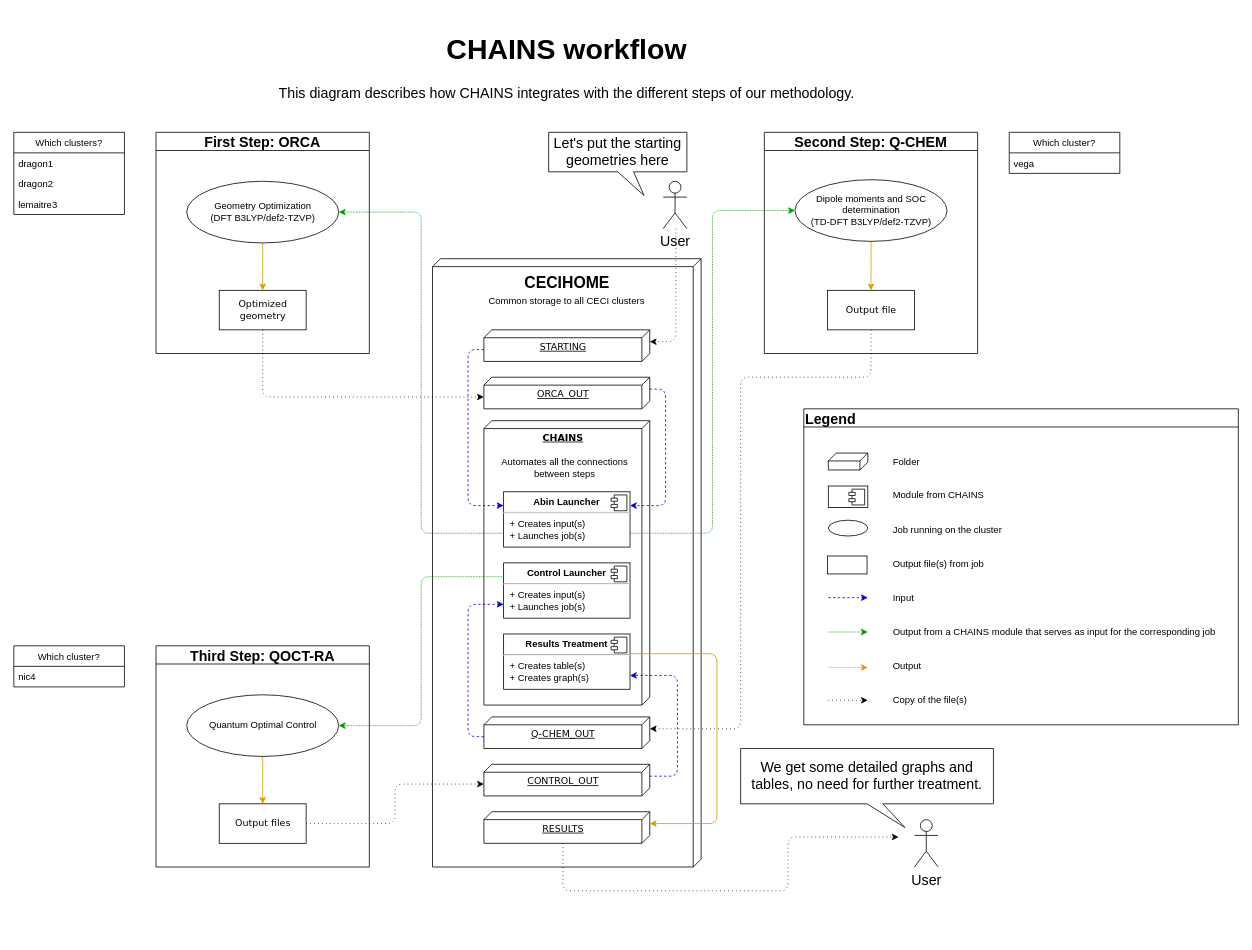
This is Documentation/chains_workflow.drawio from hexosphere/qc-pipeline, a draw.io file, before an edit. Source tidied: cells renumbered, new cells numbered last; positions are measured from the earlier drawing's top-left corner, leaving out a move shared by most shapes. Both pictures are drawn from the tidied source at 79%, with x=0, y=0 at pixel (13, 21).
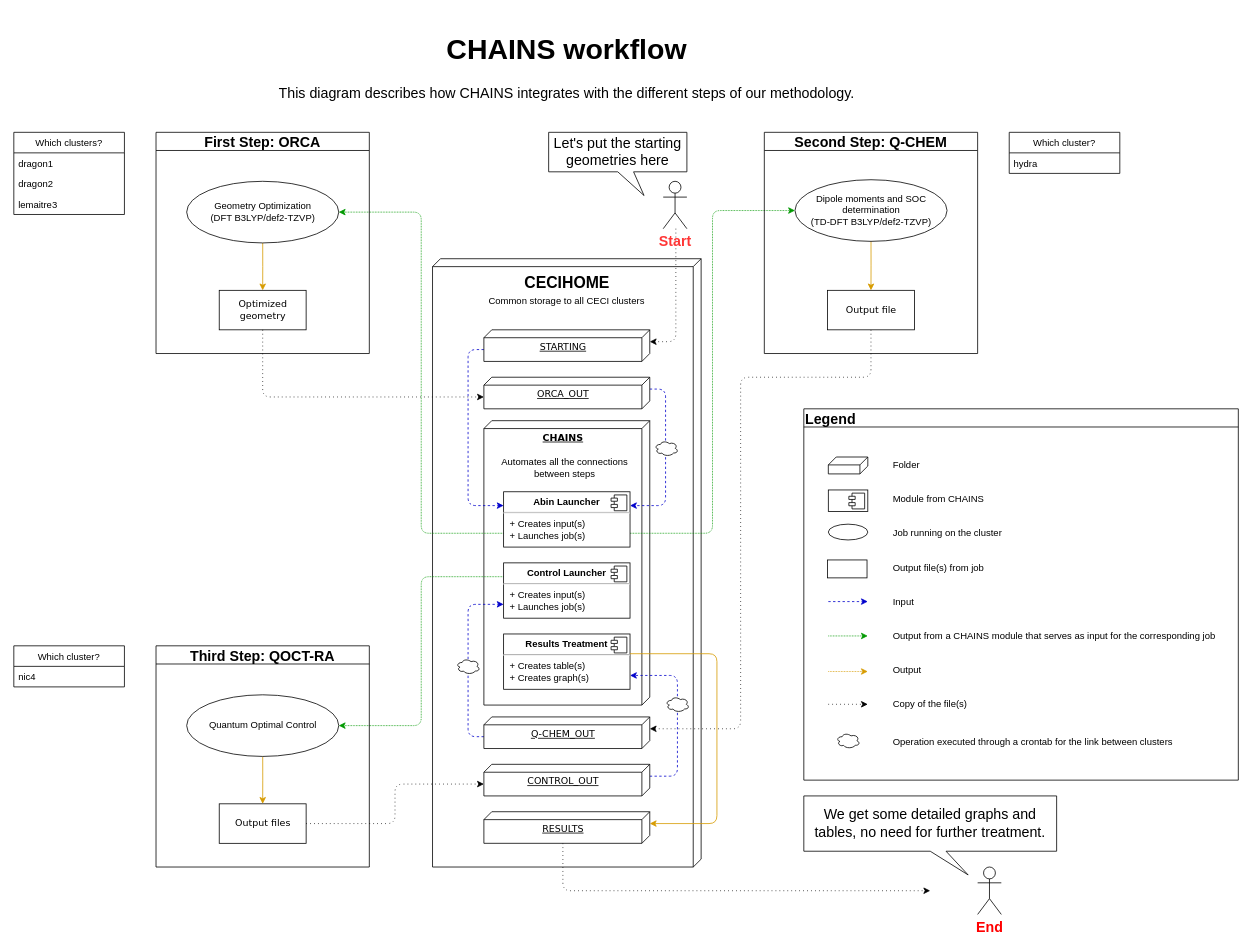
After the change.

Unchanged cells that the change refers to:
```xml
<mxCell id="14" value="RESULTS" style="verticalAlign=top;align=center;spacingTop=8;spacingLeft=2;spacingRight=12;shape=cube;size=10;direction=south;fontStyle=4;html=1;rounded=0;shadow=0;comic=0;labelBackgroundColor=none;strokeWidth=1;fontFamily=Verdana;fontSize=12;" parent="1" vertex="1">
  <mxGeometry x="595" y="1000" width="210" height="40" as="geometry" />
</mxCell>
<mxCell id="63" value="Which cluster?" style="swimlane;fontStyle=0;horizontal=1;startSize=26;fillColor=none;" parent="1" vertex="1">
  <mxGeometry x="1260" y="140" width="140" height="52" as="geometry" />
</mxCell>
```

Change to the diagram source:
```diff
@@
     <mxCell id="13" style="edgeStyle=orthogonalEdgeStyle;rounded=1;jettySize=auto;html=1;exitX=0;exitY=0;exitDx=40;exitDy=110;exitPerimeter=0;dashed=1;dashPattern=1 4;strokeColor=#000000;fontSize=18;" parent="1" edge="1" source="14">
       <mxGeometry relative="1" as="geometry">
-        <mxPoint x="1120" y="1032" as="targetPoint" />
+        <mxPoint x="1160" y="1100" as="targetPoint" />
         <Array as="points">
           <mxPoint x="695" y="1100" />
-          <mxPoint x="980" y="1100" />
-          <mxPoint x="980" y="1032" />
         </Array>
       </mxGeometry>
     </mxCell>
@@
-    <mxCell id="44" value="&lt;div style=&quot;font-size: 12px&quot;&gt;&lt;font style=&quot;font-size: 12px&quot;&gt;Folder&lt;/font&gt;&lt;/div&gt;&lt;div style=&quot;font-size: 12px&quot;&gt;&lt;br&gt;&lt;/div&gt;&lt;div style=&quot;font-size: 12px&quot;&gt;&lt;font style=&quot;font-size: 12px&quot;&gt;&lt;br&gt;&lt;/font&gt;&lt;/div&gt;&lt;div style=&quot;font-size: 12px&quot;&gt;&lt;font style=&quot;font-size: 12px&quot;&gt;Module from CHAINS&lt;br&gt;&lt;/font&gt;&lt;/div&gt;&lt;div style=&quot;font-size: 12px&quot;&gt;&lt;font style=&quot;font-size: 12px&quot;&gt;&lt;br&gt;&lt;/font&gt;&lt;/div&gt;&lt;div style=&quot;font-size: 12px&quot;&gt;&lt;font style=&quot;font-size: 12px&quot;&gt;&lt;br&gt;&lt;/font&gt;&lt;/div&gt;&lt;div style=&quot;font-size: 12px&quot;&gt;&lt;font style=&quot;font-size: 12px&quot;&gt;Job running on the cluster&lt;/font&gt;&lt;/div&gt;&lt;div style=&quot;font-size: 12px&quot;&gt;&lt;font style=&quot;font-size: 12px&quot;&gt;&lt;br&gt;&lt;/font&gt;&lt;/div&gt;&lt;div style=&quot;font-size: 12px&quot;&gt;&lt;font style=&quot;font-size: 12px&quot;&gt;&lt;br&gt;&lt;/font&gt;&lt;/div&gt;&lt;div style=&quot;font-size: 12px&quot;&gt;&lt;font style=&quot;font-size: 12px&quot;&gt;Output file(s) from job&lt;/font&gt;&lt;/div&gt;&lt;div style=&quot;font-size: 12px&quot;&gt;&lt;font style=&quot;font-size: 12px&quot;&gt;&lt;br&gt;&lt;/font&gt;&lt;/div&gt;&lt;div style=&quot;font-size: 12px&quot;&gt;&lt;font style=&quot;font-size: 12px&quot;&gt;&lt;br&gt;&lt;/font&gt;&lt;/div&gt;&lt;div style=&quot;font-size: 12px&quot;&gt;&lt;font style=&quot;font-size: 12px&quot;&gt;Input&lt;/font&gt;&lt;/div&gt;&lt;div style=&quot;font-size: 12px&quot;&gt;&lt;font style=&quot;font-size: 12px&quot;&gt;&lt;br&gt;&lt;/font&gt;&lt;/div&gt;&lt;div style=&quot;font-size: 12px&quot;&gt;&lt;font style=&quot;font-size: 12px&quot;&gt;&lt;br&gt;&lt;/font&gt;&lt;/div&gt;&lt;div style=&quot;font-size: 12px&quot;&gt;&lt;font style=&quot;font-size: 12px&quot;&gt;Output from a CHAINS module that serves as input for the corresponding job&lt;/font&gt;&lt;/div&gt;&lt;div style=&quot;font-size: 12px&quot;&gt;&lt;font style=&quot;font-size: 12px&quot;&gt;&lt;br&gt;&lt;/font&gt;&lt;/div&gt;&lt;div style=&quot;font-size: 12px&quot;&gt;&lt;font style=&quot;font-size: 12px&quot;&gt;&lt;br&gt;&lt;/font&gt;&lt;/div&gt;&lt;div style=&quot;font-size: 12px&quot;&gt;&lt;font style=&quot;font-size: 12px&quot;&gt;Output&lt;br&gt;&lt;/font&gt;&lt;/div&gt;&lt;div style=&quot;font-size: 12px&quot;&gt;&lt;font style=&quot;font-size: 12px&quot;&gt;&lt;br&gt;&lt;/font&gt;&lt;/div&gt;&lt;div style=&quot;font-size: 12px&quot;&gt;&lt;font style=&quot;font-size: 12px&quot;&gt;&lt;br&gt;&lt;/font&gt;&lt;/div&gt;&lt;div style=&quot;font-size: 12px&quot;&gt;&lt;font style=&quot;font-size: 12px&quot;&gt;&lt;font style=&quot;font-size: 12px&quot;&gt;Copy of the file(s)&lt;/font&gt;&lt;/font&gt;&lt;/div&gt;" style="text;html=1;strokeColor=none;fillColor=none;align=left;verticalAlign=middle;whiteSpace=wrap;rounded=0;fontSize=18;" parent="1" vertex="1">
-      <mxGeometry x="1111" y="525" width="430" height="365" as="geometry" />
+    <mxCell id="44" value="&lt;div style=&quot;font-size: 12px&quot;&gt;&lt;font style=&quot;font-size: 12px&quot;&gt;Folder&lt;/font&gt;&lt;/div&gt;&lt;div style=&quot;font-size: 12px&quot;&gt;&lt;br&gt;&lt;/div&gt;&lt;div style=&quot;font-size: 12px&quot;&gt;&lt;font style=&quot;font-size: 12px&quot;&gt;&lt;br&gt;&lt;/font&gt;&lt;/div&gt;&lt;div style=&quot;font-size: 12px&quot;&gt;&lt;font style=&quot;font-size: 12px&quot;&gt;Module from CHAINS&lt;br&gt;&lt;/font&gt;&lt;/div&gt;&lt;div style=&quot;font-size: 12px&quot;&gt;&lt;font style=&quot;font-size: 12px&quot;&gt;&lt;br&gt;&lt;/font&gt;&lt;/div&gt;&lt;div style=&quot;font-size: 12px&quot;&gt;&lt;font style=&quot;font-size: 12px&quot;&gt;&lt;br&gt;&lt;/font&gt;&lt;/div&gt;&lt;div style=&quot;font-size: 12px&quot;&gt;&lt;font style=&quot;font-size: 12px&quot;&gt;Job running on the cluster&lt;/font&gt;&lt;/div&gt;&lt;div style=&quot;font-size: 12px&quot;&gt;&lt;font style=&quot;font-size: 12px&quot;&gt;&lt;br&gt;&lt;/font&gt;&lt;/div&gt;&lt;div style=&quot;font-size: 12px&quot;&gt;&lt;font style=&quot;font-size: 12px&quot;&gt;&lt;br&gt;&lt;/font&gt;&lt;/div&gt;&lt;div style=&quot;font-size: 12px&quot;&gt;&lt;font style=&quot;font-size: 12px&quot;&gt;Output file(s) from job&lt;/font&gt;&lt;/div&gt;&lt;div style=&quot;font-size: 12px&quot;&gt;&lt;font style=&quot;font-size: 12px&quot;&gt;&lt;br&gt;&lt;/font&gt;&lt;/div&gt;&lt;div style=&quot;font-size: 12px&quot;&gt;&lt;font style=&quot;font-size: 12px&quot;&gt;&lt;br&gt;&lt;/font&gt;&lt;/div&gt;&lt;div style=&quot;font-size: 12px&quot;&gt;&lt;font style=&quot;font-size: 12px&quot;&gt;Input&lt;/font&gt;&lt;/div&gt;&lt;div style=&quot;font-size: 12px&quot;&gt;&lt;font style=&quot;font-size: 12px&quot;&gt;&lt;br&gt;&lt;/font&gt;&lt;/div&gt;&lt;div style=&quot;font-size: 12px&quot;&gt;&lt;font style=&quot;font-size: 12px&quot;&gt;&lt;br&gt;&lt;/font&gt;&lt;/div&gt;&lt;div style=&quot;font-size: 12px&quot;&gt;&lt;font style=&quot;font-size: 12px&quot;&gt;Output from a CHAINS module that serves as input for the corresponding job&lt;/font&gt;&lt;/div&gt;&lt;div style=&quot;font-size: 12px&quot;&gt;&lt;font style=&quot;font-size: 12px&quot;&gt;&lt;br&gt;&lt;/font&gt;&lt;/div&gt;&lt;div style=&quot;font-size: 12px&quot;&gt;&lt;font style=&quot;font-size: 12px&quot;&gt;&lt;br&gt;&lt;/font&gt;&lt;/div&gt;&lt;div style=&quot;font-size: 12px&quot;&gt;&lt;font style=&quot;font-size: 12px&quot;&gt;Output&lt;br&gt;&lt;/font&gt;&lt;/div&gt;&lt;div style=&quot;font-size: 12px&quot;&gt;&lt;font style=&quot;font-size: 12px&quot;&gt;&lt;br&gt;&lt;/font&gt;&lt;/div&gt;&lt;div style=&quot;font-size: 12px&quot;&gt;&lt;font style=&quot;font-size: 12px&quot;&gt;&lt;br&gt;&lt;/font&gt;&lt;/div&gt;&lt;div style=&quot;font-size: 12px&quot;&gt;&lt;font style=&quot;font-size: 12px&quot;&gt;&lt;font style=&quot;font-size: 12px&quot;&gt;Copy of the file(s)&lt;/font&gt;&lt;/font&gt;&lt;/div&gt;&lt;div style=&quot;font-size: 12px&quot;&gt;&lt;br&gt;&lt;/div&gt;&lt;div style=&quot;font-size: 12px&quot;&gt;&lt;br&gt;&lt;/div&gt;&lt;div&gt;&lt;font style=&quot;font-size: 12px&quot;&gt;Operation executed through a crontab for the link between clusters&lt;/font&gt;&lt;br&gt;&lt;/div&gt;" style="text;html=1;strokeColor=none;fillColor=none;align=left;verticalAlign=middle;whiteSpace=wrap;rounded=0;fontSize=18;" parent="1" vertex="1">
+      <mxGeometry x="1111" y="525" width="430" height="425" as="geometry" />
     </mxCell>
     <mxCell id="45" style="verticalAlign=top;align=left;spacingTop=8;spacingLeft=2;spacingRight=12;shape=cube;size=10;direction=south;fontStyle=4;html=1;fontSize=18;" parent="1" vertex="1">
-      <mxGeometry x="1031" y="546" width="50" height="21.4" as="geometry" />
+      <mxGeometry x="1031" y="551" width="50" height="21.4" as="geometry" />
     </mxCell>
     <mxCell id="46" value="&lt;p style=&quot;margin: 0px ; margin-top: 6px ; text-align: center&quot;&gt;&lt;br&gt;&lt;/p&gt;&lt;hr&gt;&lt;p style=&quot;margin: 0px ; margin-left: 8px&quot;&gt;&lt;br&gt;&lt;/p&gt;" style="align=left;overflow=fill;html=1;fontSize=18;" parent="1" vertex="1">
-      <mxGeometry x="1031" y="587.7" width="50" height="27.3" as="geometry" />
+      <mxGeometry x="1031" y="592.7" width="50" height="27.3" as="geometry" />
     </mxCell>
@@
     <mxCell id="48" style="ellipse;whiteSpace=wrap;html=1;align=center;newEdgeStyle={&quot;edgeStyle&quot;:&quot;entityRelationEdgeStyle&quot;,&quot;startArrow&quot;:&quot;none&quot;,&quot;endArrow&quot;:&quot;none&quot;,&quot;segment&quot;:10,&quot;curved&quot;:1};fontSize=18;" parent="1" vertex="1">
-      <mxGeometry x="1031" y="631" width="50" height="20" as="geometry" />
+      <mxGeometry x="1031" y="636" width="50" height="20" as="geometry" />
     </mxCell>
     <mxCell id="49" style="html=1;rounded=0;shadow=0;comic=0;labelBackgroundColor=none;strokeWidth=1;fontFamily=Verdana;fontSize=12;align=center;" parent="1" vertex="1">
-      <mxGeometry x="1030" y="676.3" width="50" height="22.7" as="geometry" />
+      <mxGeometry x="1030" y="681.3" width="50" height="22.7" as="geometry" />
     </mxCell>
     <mxCell id="50" style="endArrow=classic;html=1;dashed=1;fontSize=18;strokeColor=#0000CC;" parent="1" edge="1">
       <mxGeometry relative="1" as="geometry">
-        <mxPoint x="1031" y="729" as="sourcePoint" />
-        <mxPoint x="1081" y="729" as="targetPoint" />
+        <mxPoint x="1031" y="734" as="sourcePoint" />
+        <mxPoint x="1081" y="734" as="targetPoint" />
       </mxGeometry>
     </mxCell>
     <mxCell id="51" style="endArrow=classic;html=1;dashed=1;dashPattern=1 1;strokeColor=#009900;fontSize=18;" parent="1" edge="1">
       <mxGeometry relative="1" as="geometry">
-        <mxPoint x="1031" y="772.5" as="sourcePoint" />
-        <mxPoint x="1081" y="772.5" as="targetPoint" />
+        <mxPoint x="1031" y="777.5" as="sourcePoint" />
+        <mxPoint x="1081" y="777.5" as="targetPoint" />
       </mxGeometry>
     </mxCell>
     <mxCell id="52" style="endArrow=classic;html=1;dashed=1;dashPattern=1 1;strokeColor=#d79b00;fontSize=18;fillColor=#ffe6cc;" parent="1" edge="1">
       <mxGeometry relative="1" as="geometry">
-        <mxPoint x="1031" y="817.5" as="sourcePoint" />
-        <mxPoint x="1081" y="817.5" as="targetPoint" />
+        <mxPoint x="1031" y="822.5" as="sourcePoint" />
+        <mxPoint x="1081" y="822.5" as="targetPoint" />
       </mxGeometry>
     </mxCell>
     <mxCell id="53" style="endArrow=classic;html=1;dashed=1;dashPattern=1 4;fontSize=18;" parent="1" edge="1">
       <mxGeometry relative="1" as="geometry">
-        <mxPoint x="1031" y="859" as="sourcePoint" />
-        <mxPoint x="1081" y="859" as="targetPoint" />
+        <mxPoint x="1031" y="864" as="sourcePoint" />
+        <mxPoint x="1081" y="864" as="targetPoint" />
       </mxGeometry>
     </mxCell>
-    <mxCell id="54" value="&lt;div align=&quot;center&quot;&gt;User&lt;/div&gt;" style="shape=umlActor;verticalLabelPosition=bottom;verticalAlign=top;html=1;outlineConnect=0;fontSize=18;align=center;" parent="1" vertex="1">
+    <mxCell id="54" value="&lt;font color=&quot;#FF3636&quot;&gt;&lt;b&gt;Start&lt;/b&gt;&lt;/font&gt;" style="shape=umlActor;verticalLabelPosition=bottom;verticalAlign=top;html=1;outlineConnect=0;fontSize=18;align=center;" parent="1" vertex="1">
       <mxGeometry x="822" y="202" width="30" height="60" as="geometry" />
     </mxCell>
@@
-    <mxCell id="56" value="&lt;div align=&quot;center&quot;&gt;User&lt;/div&gt;" style="shape=umlActor;verticalLabelPosition=bottom;verticalAlign=top;html=1;fontSize=18;align=center;" parent="1" vertex="1">
-      <mxGeometry x="1140" y="1010" width="30" height="60" as="geometry" />
+    <mxCell id="56" value="&lt;font color=&quot;#FF0000&quot;&gt;&lt;b&gt;End&lt;/b&gt;&lt;/font&gt;" style="shape=umlActor;verticalLabelPosition=bottom;verticalAlign=top;html=1;fontSize=18;align=center;" parent="1" vertex="1">
+      <mxGeometry x="1220" y="1070" width="30" height="60" as="geometry" />
     </mxCell>
     <mxCell id="57" value="We get some detailed graphs and tables, no need for further treatment." style="shape=callout;whiteSpace=wrap;html=1;perimeter=calloutPerimeter;fontSize=18;align=center;position2=0.65;" parent="1" vertex="1">
-      <mxGeometry x="920" y="920" width="320" height="100" as="geometry" />
+      <mxGeometry x="1000" y="980" width="320" height="100" as="geometry" />
     </mxCell>
     <mxCell id="58" value="Legend" style="swimlane;fontSize=18;align=left;" parent="1" vertex="1">
-      <mxGeometry x="1000" y="490" width="550" height="400" as="geometry" />
+      <mxGeometry x="1000" y="490" width="550" height="470" as="geometry" />
     </mxCell>
+    <mxCell id="67" style="ellipse;shape=cloud;whiteSpace=wrap;html=1;fontColor=#FF0505;" parent="58" vertex="1">
+      <mxGeometry x="41" y="410" width="30" height="20" as="geometry" />
+    </mxCell>
@@
-    <mxCell id="64" value="vega" style="text;strokeColor=none;fillColor=none;align=left;verticalAlign=top;spacingLeft=4;spacingRight=4;overflow=hidden;" parent="63" vertex="1">
+    <mxCell id="64" value="hydra" style="text;strokeColor=none;fillColor=none;align=left;verticalAlign=top;spacingLeft=4;spacingRight=4;overflow=hidden;" parent="63" vertex="1">
       <mxGeometry y="26" width="140" height="26" as="geometry" />
     </mxCell>
@@
+    <mxCell id="68" style="ellipse;shape=cloud;whiteSpace=wrap;html=1;fontColor=#FF0505;" parent="1" vertex="1">
+      <mxGeometry x="811" y="530" width="30" height="20" as="geometry" />
+    </mxCell>
+    <mxCell id="69" style="ellipse;shape=cloud;whiteSpace=wrap;html=1;fontColor=#FF0505;" parent="1" vertex="1">
+      <mxGeometry x="560" y="806" width="30" height="20" as="geometry" />
+    </mxCell>
+    <mxCell id="70" style="ellipse;shape=cloud;whiteSpace=wrap;html=1;fontColor=#FF0505;" parent="1" vertex="1">
+      <mxGeometry x="825" y="854" width="30" height="20" as="geometry" />
+    </mxCell>
```
